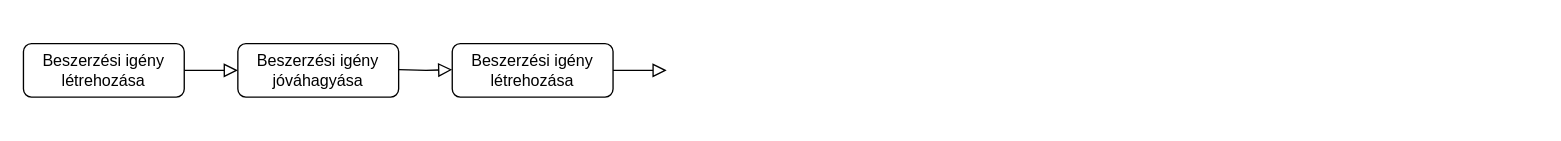
Above: MMFlow.drawio in xcom169/xcom169 (draw.io), before the change. Source tidied: cells renumbered, new cells numbered last; positions are measured from the earlier drawing's top-left corner, leaving out a move shared by most shapes. Both pictures are drawn from the tidied source at 134%, with x=0, y=0 at pixel (23, 43).
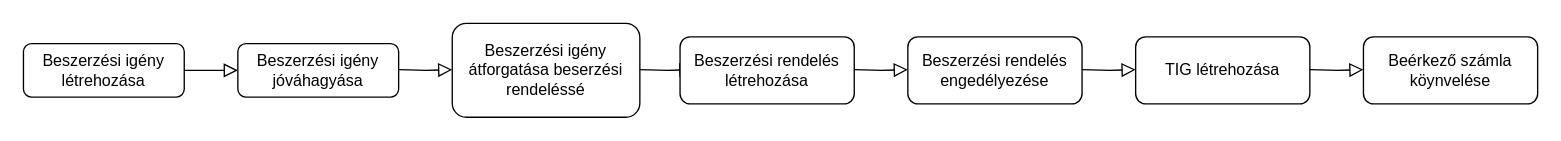
The same page after the edit.

Diff of the diagram source:
```diff
@@
-    <mxCell id="5" style="rounded=0;html=1;jettySize=auto;fontSize=11;endArrow=block;endFill=0;endSize=8;strokeWidth=1;shadow=0;labelBackgroundColor=none;edgeStyle=orthogonalEdgeStyle;" parent="1" edge="1" source="6">
-      <mxGeometry relative="1" as="geometry">
-        <mxPoint x="480" y="20" as="targetPoint" />
-      </mxGeometry>
-    </mxCell>
-    <mxCell id="6" value="Beszerzési igény létrehozása" style="rounded=1;whiteSpace=wrap;html=1;fontSize=12;glass=0;strokeWidth=1;shadow=0;" parent="1" vertex="1">
-      <mxGeometry x="320" width="120" height="40" as="geometry" />
+    <mxCell id="6" value="Beszerzési igény átforgatása beserzési rendeléssé" style="rounded=1;whiteSpace=wrap;html=1;fontSize=12;glass=0;strokeWidth=1;shadow=0;" parent="1" vertex="1">
+      <mxGeometry x="320" y="-15" width="140" height="70" as="geometry" />
     </mxCell>
@@
+    <mxCell id="8" style="rounded=0;html=1;jettySize=auto;orthogonalLoop=1;fontSize=11;endArrow=block;endFill=0;endSize=8;strokeWidth=1;shadow=0;labelBackgroundColor=none;edgeStyle=orthogonalEdgeStyle;" parent="1" edge="1">
+      <mxGeometry relative="1" as="geometry">
+        <mxPoint x="460" y="19.5" as="sourcePoint" />
+        <mxPoint x="500" y="19.5" as="targetPoint" />
+      </mxGeometry>
+    </mxCell>
+    <mxCell id="9" value="Beszerzési rendelés létrehozása" style="rounded=1;whiteSpace=wrap;html=1;fontSize=12;glass=0;strokeWidth=1;shadow=0;" parent="1" vertex="1">
+      <mxGeometry x="490" y="-5" width="130" height="50" as="geometry" />
+    </mxCell>
+    <mxCell id="10" style="rounded=0;html=1;jettySize=auto;orthogonalLoop=1;fontSize=11;endArrow=block;endFill=0;endSize=8;strokeWidth=1;shadow=0;labelBackgroundColor=none;edgeStyle=orthogonalEdgeStyle;" parent="1" edge="1">
+      <mxGeometry relative="1" as="geometry">
+        <mxPoint x="620" y="19.5" as="sourcePoint" />
+        <mxPoint x="660" y="19.5" as="targetPoint" />
+      </mxGeometry>
+    </mxCell>
+    <mxCell id="11" value="&lt;div&gt;Beszerzési rendelés engedélyezése&lt;/div&gt;" style="rounded=1;whiteSpace=wrap;html=1;fontSize=12;glass=0;strokeWidth=1;shadow=0;" parent="1" vertex="1">
+      <mxGeometry x="660" y="-5" width="130" height="50" as="geometry" />
+    </mxCell>
+    <mxCell id="12" value="TIG létrehozása" style="rounded=1;whiteSpace=wrap;html=1;fontSize=12;glass=0;strokeWidth=1;shadow=0;" parent="1" vertex="1">
+      <mxGeometry x="830" y="-5" width="130" height="50" as="geometry" />
+    </mxCell>
+    <mxCell id="13" style="rounded=0;html=1;jettySize=auto;orthogonalLoop=1;fontSize=11;endArrow=block;endFill=0;endSize=8;strokeWidth=1;shadow=0;labelBackgroundColor=none;edgeStyle=orthogonalEdgeStyle;" parent="1" edge="1">
+      <mxGeometry relative="1" as="geometry">
+        <mxPoint x="960" y="19.5" as="sourcePoint" />
+        <mxPoint x="1000" y="19.5" as="targetPoint" />
+      </mxGeometry>
+    </mxCell>
+    <mxCell id="14" style="rounded=0;html=1;jettySize=auto;orthogonalLoop=1;fontSize=11;endArrow=block;endFill=0;endSize=8;strokeWidth=1;shadow=0;labelBackgroundColor=none;edgeStyle=orthogonalEdgeStyle;" parent="1" edge="1">
+      <mxGeometry relative="1" as="geometry">
+        <mxPoint x="790" y="19.5" as="sourcePoint" />
+        <mxPoint x="830" y="19.5" as="targetPoint" />
+      </mxGeometry>
+    </mxCell>
+    <mxCell id="15" value="&lt;div&gt;Beérkező számla köynvelése&lt;/div&gt;" style="rounded=1;whiteSpace=wrap;html=1;fontSize=12;glass=0;strokeWidth=1;shadow=0;" parent="1" vertex="1">
+      <mxGeometry x="1000" y="-5" width="130" height="50" as="geometry" />
+    </mxCell>
```
